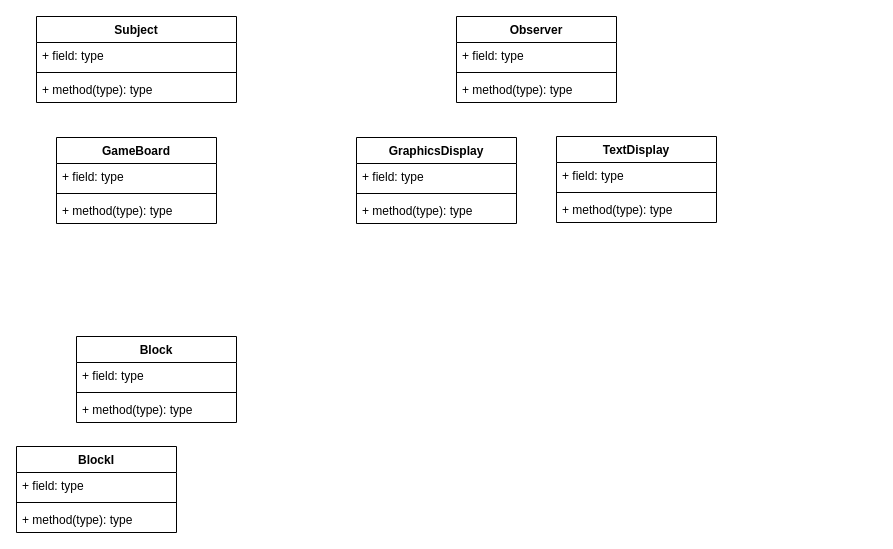
The draw.io diagram UML.drawio in velomafinsights/biquadris, before the edit. Source tidied: cells renumbered, new cells numbered last; positions are measured from the earlier drawing's top-left corner, leaving out a move shared by most shapes. Both pictures are drawn from the tidied source at 100%, with x=0, y=0 at pixel (16, 16).
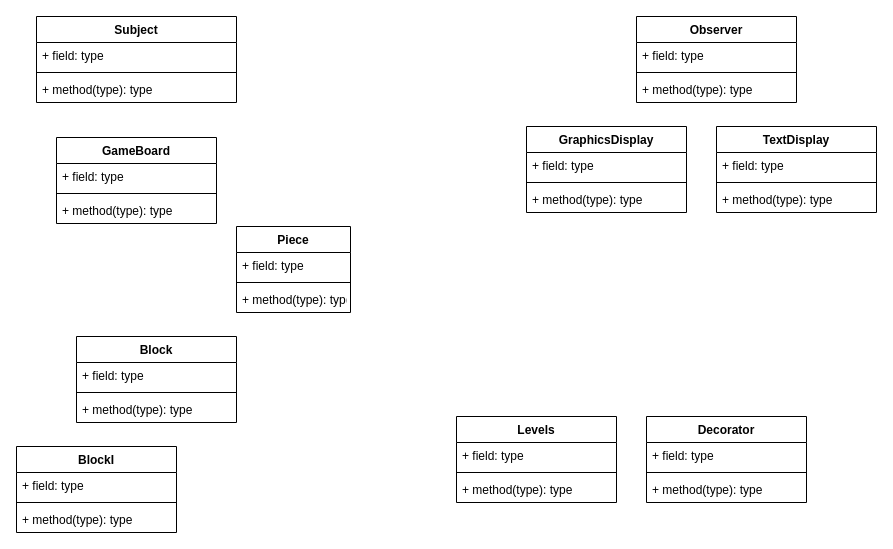
Above is the later version.

The edit, as a diff of the source:
```diff
@@
     <mxCell id="6" value="Observer&#10;" style="swimlane;fontStyle=1;align=center;verticalAlign=top;horizontal=1;startSize=26;" parent="1" vertex="1">
-      <mxGeometry x="440" width="160" height="86" as="geometry" />
+      <mxGeometry x="620" width="160" height="86" as="geometry" />
     </mxCell>
@@
     <mxCell id="10" value="GraphicsDisplay&#10;" style="swimlane;fontStyle=1;align=center;verticalAlign=top;horizontal=1;startSize=26;" parent="1" vertex="1">
-      <mxGeometry x="340" y="121" width="160" height="86" as="geometry" />
+      <mxGeometry x="510" y="110" width="160" height="86" as="geometry" />
     </mxCell>
@@
     <mxCell id="14" value="TextDisplay&#10;" style="swimlane;fontStyle=1;align=center;verticalAlign=top;horizontal=1;startSize=26;" parent="1" vertex="1">
-      <mxGeometry x="540" y="120" width="160" height="86" as="geometry" />
+      <mxGeometry x="700" y="110" width="160" height="86" as="geometry" />
     </mxCell>
@@
+    <mxCell id="30" value="Levels" style="swimlane;fontStyle=1;align=center;verticalAlign=top;horizontal=1;startSize=26;" parent="1" vertex="1">
+      <mxGeometry x="440" y="400" width="160" height="86" as="geometry" />
+    </mxCell>
+    <mxCell id="31" value="+ field: type" style="text;strokeColor=none;fillColor=none;align=left;verticalAlign=top;spacingLeft=4;spacingRight=4;overflow=hidden;" parent="30" vertex="1">
+      <mxGeometry y="26" width="160" height="26" as="geometry" />
+    </mxCell>
+    <mxCell id="32" style="line;strokeWidth=1;fillColor=none;align=left;verticalAlign=middle;spacingTop=-1;spacingLeft=3;spacingRight=3;labelPosition=right;strokeColor=inherit;" parent="30" vertex="1">
+      <mxGeometry y="52" width="160" height="8" as="geometry" />
+    </mxCell>
+    <mxCell id="33" value="+ method(type): type" style="text;strokeColor=none;fillColor=none;align=left;verticalAlign=top;spacingLeft=4;spacingRight=4;overflow=hidden;" parent="30" vertex="1">
+      <mxGeometry y="60" width="160" height="26" as="geometry" />
+    </mxCell>
+    <mxCell id="34" value="Decorator&#10;" style="swimlane;fontStyle=1;align=center;verticalAlign=top;horizontal=1;startSize=26;" parent="1" vertex="1">
+      <mxGeometry x="630" y="400" width="160" height="86" as="geometry" />
+    </mxCell>
+    <mxCell id="35" value="+ field: type" style="text;strokeColor=none;fillColor=none;align=left;verticalAlign=top;spacingLeft=4;spacingRight=4;overflow=hidden;" parent="34" vertex="1">
+      <mxGeometry y="26" width="160" height="26" as="geometry" />
+    </mxCell>
+    <mxCell id="36" style="line;strokeWidth=1;fillColor=none;align=left;verticalAlign=middle;spacingTop=-1;spacingLeft=3;spacingRight=3;labelPosition=right;strokeColor=inherit;" parent="34" vertex="1">
+      <mxGeometry y="52" width="160" height="8" as="geometry" />
+    </mxCell>
+    <mxCell id="37" value="+ method(type): type" style="text;strokeColor=none;fillColor=none;align=left;verticalAlign=top;spacingLeft=4;spacingRight=4;overflow=hidden;" parent="34" vertex="1">
+      <mxGeometry y="60" width="160" height="26" as="geometry" />
+    </mxCell>
+    <mxCell id="38" value="Piece" style="swimlane;fontStyle=1;align=center;verticalAlign=top;horizontal=1;startSize=26;" parent="1" vertex="1">
+      <mxGeometry x="220" y="210" width="114" height="86" as="geometry" />
+    </mxCell>
+    <mxCell id="39" value="+ field: type" style="text;strokeColor=none;fillColor=none;align=left;verticalAlign=top;spacingLeft=4;spacingRight=4;overflow=hidden;" parent="38" vertex="1">
+      <mxGeometry y="26" width="114" height="26" as="geometry" />
+    </mxCell>
+    <mxCell id="40" style="line;strokeWidth=1;fillColor=none;align=left;verticalAlign=middle;spacingTop=-1;spacingLeft=3;spacingRight=3;labelPosition=right;strokeColor=inherit;" parent="38" vertex="1">
+      <mxGeometry y="52" width="114" height="8" as="geometry" />
+    </mxCell>
+    <mxCell id="41" value="+ method(type): type" style="text;strokeColor=none;fillColor=none;align=left;verticalAlign=top;spacingLeft=4;spacingRight=4;overflow=hidden;" parent="38" vertex="1">
+      <mxGeometry y="60" width="114" height="26" as="geometry" />
+    </mxCell>
```
